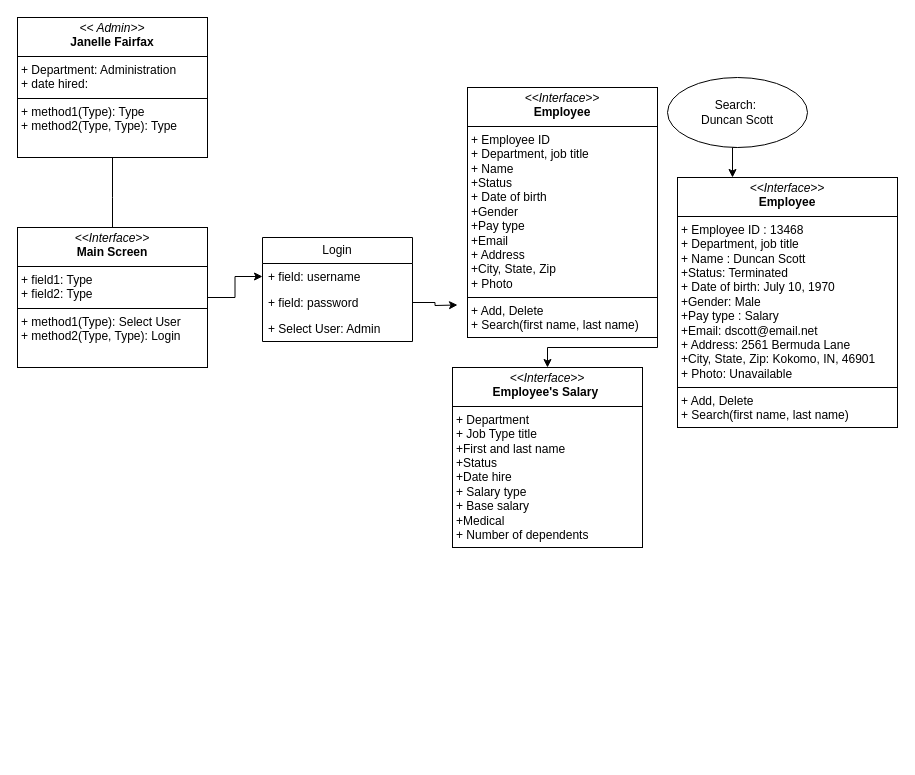
Earlier version of the draw.io diagram janelle.drawio (emtecky/payroll). Source tidied: cells renumbered, new cells numbered last; positions are measured from the earlier drawing's top-left corner, leaving out a move shared by most shapes. Both pictures are drawn from the tidied source at 100%, with x=0, y=0 at pixel (17, 17).
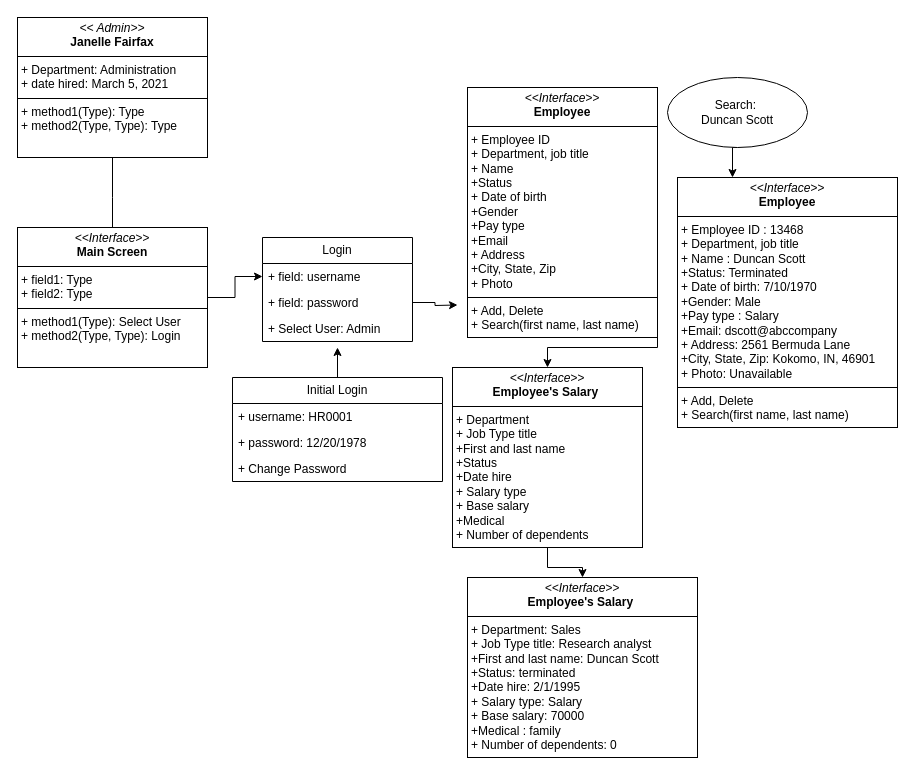
After the change.

The change refers to these unchanged cells:
```xml
<mxCell id="7" value="+ Select User: Admin" style="text;strokeColor=none;fillColor=none;align=left;verticalAlign=top;spacingLeft=4;spacingRight=4;overflow=hidden;points=[[0,0.5],[1,0.5]];portConstraint=eastwest;whiteSpace=wrap;html=1;" parent="4" vertex="1">
  <mxGeometry y="78" width="150" height="26" as="geometry" />
</mxCell>
<mxCell id="11" value="&lt;p style=&quot;margin:0px;margin-top:4px;text-align:center;&quot;&gt;&lt;i&gt;&amp;lt;&amp;lt;Interface&amp;gt;&amp;gt;&lt;/i&gt;&lt;br&gt;&lt;b&gt;Employee's Salary&amp;nbsp;&lt;/b&gt;&lt;/p&gt;&lt;hr size=&quot;1&quot; style=&quot;border-style:solid;&quot;&gt;&lt;p style=&quot;margin:0px;margin-left:4px;&quot;&gt;+ Department&lt;br&gt;+ Job Type title&lt;/p&gt;&lt;p style=&quot;margin:0px;margin-left:4px;&quot;&gt;+First and last name&lt;/p&gt;&lt;p style=&quot;margin:0px;margin-left:4px;&quot;&gt;+Status&lt;/p&gt;&lt;p style=&quot;margin:0px;margin-left:4px;&quot;&gt;+Date hire&lt;/p&gt;&lt;p style=&quot;margin:0px;margin-left:4px;&quot;&gt;+ Salary type&lt;br&gt;+ Base salary&lt;/p&gt;&lt;p style=&quot;margin:0px;margin-left:4px;&quot;&gt;+Medical&amp;nbsp;&lt;/p&gt;&lt;p style=&quot;margin:0px;margin-left:4px;&quot;&gt;+ Number of dependents&lt;/p&gt;" style="verticalAlign=top;align=left;overflow=fill;html=1;whiteSpace=wrap;" parent="1" vertex="1">
  <mxGeometry x="435" y="350" width="190" height="180" as="geometry" />
</mxCell>
```

What changed in the source:
```diff
@@
-    <mxCell id="3" value="&lt;p style=&quot;margin:0px;margin-top:4px;text-align:center;&quot;&gt;&lt;i&gt;&amp;lt;&amp;lt; Admin&amp;gt;&amp;gt;&lt;/i&gt;&lt;br&gt;&lt;b&gt;Janelle Fairfax&lt;/b&gt;&lt;/p&gt;&lt;hr size=&quot;1&quot; style=&quot;border-style:solid;&quot;&gt;&lt;p style=&quot;margin:0px;margin-left:4px;&quot;&gt;+ Department: Administration&lt;br&gt;+ date hired:&amp;nbsp;&lt;/p&gt;&lt;hr size=&quot;1&quot; style=&quot;border-style:solid;&quot;&gt;&lt;p style=&quot;margin:0px;margin-left:4px;&quot;&gt;+ method1(Type): Type&lt;br&gt;+ method2(Type, Type): Type&lt;/p&gt;" style="verticalAlign=top;align=left;overflow=fill;html=1;whiteSpace=wrap;" parent="1" vertex="1">
+    <mxCell id="3" value="&lt;p style=&quot;margin:0px;margin-top:4px;text-align:center;&quot;&gt;&lt;i&gt;&amp;lt;&amp;lt; Admin&amp;gt;&amp;gt;&lt;/i&gt;&lt;br&gt;&lt;b&gt;Janelle Fairfax&lt;/b&gt;&lt;/p&gt;&lt;hr size=&quot;1&quot; style=&quot;border-style:solid;&quot;&gt;&lt;p style=&quot;margin:0px;margin-left:4px;&quot;&gt;+ Department: Administration&lt;br&gt;+ date hired: March 5, 2021&lt;/p&gt;&lt;hr size=&quot;1&quot; style=&quot;border-style:solid;&quot;&gt;&lt;p style=&quot;margin:0px;margin-left:4px;&quot;&gt;+ method1(Type): Type&lt;br&gt;+ method2(Type, Type): Type&lt;/p&gt;" style="verticalAlign=top;align=left;overflow=fill;html=1;whiteSpace=wrap;" parent="1" vertex="1">
       <mxGeometry width="190" height="140" as="geometry" />
     </mxCell>
@@
+    <mxCell id="17" style="edgeStyle=orthogonalEdgeStyle;rounded=0;jettySize=auto;html=1;" parent="1" edge="1" source="11" target="23">
+      <mxGeometry relative="1" as="geometry" />
+    </mxCell>
@@
-    <mxCell id="16" value="&lt;p style=&quot;margin:0px;margin-top:4px;text-align:center;&quot;&gt;&lt;i&gt;&amp;lt;&amp;lt;Interface&amp;gt;&amp;gt;&lt;/i&gt;&lt;br&gt;&lt;b&gt;Employee&lt;/b&gt;&lt;/p&gt;&lt;hr size=&quot;1&quot; style=&quot;border-style:solid;&quot;&gt;&lt;p style=&quot;margin:0px;margin-left:4px;&quot;&gt;+ Employee ID : 13468&lt;br&gt;+ Department, job title&lt;/p&gt;&lt;p style=&quot;margin:0px;margin-left:4px;&quot;&gt;+ Name : Duncan Scott&lt;/p&gt;&lt;p style=&quot;margin:0px;margin-left:4px;&quot;&gt;+Status: Terminated&lt;/p&gt;&lt;p style=&quot;margin:0px;margin-left:4px;&quot;&gt;+ Date of birth: July 10, 1970&lt;/p&gt;&lt;p style=&quot;margin:0px;margin-left:4px;&quot;&gt;+Gender: Male&lt;/p&gt;&lt;p style=&quot;margin:0px;margin-left:4px;&quot;&gt;+Pay type : Salary&lt;/p&gt;&lt;p style=&quot;margin:0px;margin-left:4px;&quot;&gt;+Email: dscott@email.net&lt;/p&gt;&lt;p style=&quot;margin:0px;margin-left:4px;&quot;&gt;+ Address: 2561 Bermuda Lane&lt;/p&gt;&lt;p style=&quot;margin:0px;margin-left:4px;&quot;&gt;+City, State, Zip: Kokomo, IN, 46901&amp;nbsp;&lt;/p&gt;&lt;p style=&quot;margin:0px;margin-left:4px;&quot;&gt;+ Photo: Unavailable&lt;/p&gt;&lt;hr size=&quot;1&quot; style=&quot;border-style:solid;&quot;&gt;&lt;p style=&quot;margin:0px;margin-left:4px;&quot;&gt;+ Add, Delete&lt;br&gt;+ Search(first name, last name)&lt;/p&gt;&lt;p style=&quot;margin:0px;margin-left:4px;&quot;&gt;&lt;br&gt;&lt;/p&gt;&lt;p style=&quot;margin:0px;margin-left:4px;&quot;&gt;&lt;br&gt;&lt;/p&gt;" style="verticalAlign=top;align=left;overflow=fill;html=1;whiteSpace=wrap;" parent="1" vertex="1">
+    <mxCell id="16" value="&lt;p style=&quot;margin:0px;margin-top:4px;text-align:center;&quot;&gt;&lt;i&gt;&amp;lt;&amp;lt;Interface&amp;gt;&amp;gt;&lt;/i&gt;&lt;br&gt;&lt;b&gt;Employee&lt;/b&gt;&lt;/p&gt;&lt;hr size=&quot;1&quot; style=&quot;border-style:solid;&quot;&gt;&lt;p style=&quot;margin:0px;margin-left:4px;&quot;&gt;+ Employee ID : 13468&lt;br&gt;+ Department, job title&lt;/p&gt;&lt;p style=&quot;margin:0px;margin-left:4px;&quot;&gt;+ Name : Duncan Scott&lt;/p&gt;&lt;p style=&quot;margin:0px;margin-left:4px;&quot;&gt;+Status: Terminated&lt;/p&gt;&lt;p style=&quot;margin:0px;margin-left:4px;&quot;&gt;+ Date of birth: 7/10/1970&lt;/p&gt;&lt;p style=&quot;margin:0px;margin-left:4px;&quot;&gt;+Gender: Male&lt;/p&gt;&lt;p style=&quot;margin:0px;margin-left:4px;&quot;&gt;+Pay type : Salary&lt;/p&gt;&lt;p style=&quot;margin:0px;margin-left:4px;&quot;&gt;+Email: dscott@abccompany&lt;/p&gt;&lt;p style=&quot;margin:0px;margin-left:4px;&quot;&gt;+ Address: 2561 Bermuda Lane&lt;/p&gt;&lt;p style=&quot;margin:0px;margin-left:4px;&quot;&gt;+City, State, Zip: Kokomo, IN, 46901&amp;nbsp;&lt;/p&gt;&lt;p style=&quot;margin:0px;margin-left:4px;&quot;&gt;+ Photo: Unavailable&lt;/p&gt;&lt;hr size=&quot;1&quot; style=&quot;border-style:solid;&quot;&gt;&lt;p style=&quot;margin:0px;margin-left:4px;&quot;&gt;+ Add, Delete&lt;br&gt;+ Search(first name, last name)&lt;/p&gt;&lt;p style=&quot;margin:0px;margin-left:4px;&quot;&gt;&lt;br&gt;&lt;/p&gt;&lt;p style=&quot;margin:0px;margin-left:4px;&quot;&gt;&lt;br&gt;&lt;/p&gt;" style="verticalAlign=top;align=left;overflow=fill;html=1;whiteSpace=wrap;" parent="1" vertex="1">
       <mxGeometry x="660" y="160" width="220" height="250" as="geometry" />
     </mxCell>
+    <mxCell id="18" value="Initial Login" style="swimlane;fontStyle=0;horizontal=1;startSize=26;fillColor=none;whiteSpace=wrap;html=1;" parent="1" vertex="1">
+      <mxGeometry x="215" y="360" width="210" height="104" as="geometry" />
+    </mxCell>
+    <mxCell id="19" value="+ username: HR0001" style="text;strokeColor=none;fillColor=none;align=left;verticalAlign=top;spacingLeft=4;spacingRight=4;overflow=hidden;whiteSpace=wrap;html=1;" parent="18" vertex="1">
+      <mxGeometry y="26" width="210" height="26" as="geometry" />
+    </mxCell>
+    <mxCell id="20" value="+ password: 12/20/1978" style="text;strokeColor=none;fillColor=none;align=left;verticalAlign=top;spacingLeft=4;spacingRight=4;overflow=hidden;whiteSpace=wrap;html=1;" parent="18" vertex="1">
+      <mxGeometry y="52" width="210" height="26" as="geometry" />
+    </mxCell>
+    <mxCell id="21" value="+ Change Password" style="text;strokeColor=none;fillColor=none;align=left;verticalAlign=top;spacingLeft=4;spacingRight=4;overflow=hidden;whiteSpace=wrap;html=1;" parent="18" vertex="1">
+      <mxGeometry y="78" width="210" height="26" as="geometry" />
+    </mxCell>
+    <mxCell id="22" style="edgeStyle=orthogonalEdgeStyle;rounded=0;jettySize=auto;html=1;exitX=0.5;exitY=0;exitDx=0;exitDy=0;entryX=0.5;entryY=1.231;entryDx=0;entryDy=0;entryPerimeter=0;" parent="1" edge="1" source="18" target="7">
+      <mxGeometry relative="1" as="geometry" />
+    </mxCell>
+    <mxCell id="23" value="&lt;p style=&quot;margin:0px;margin-top:4px;text-align:center;&quot;&gt;&lt;i&gt;&amp;lt;&amp;lt;Interface&amp;gt;&amp;gt;&lt;/i&gt;&lt;br&gt;&lt;b&gt;Employee's Salary&amp;nbsp;&lt;/b&gt;&lt;/p&gt;&lt;hr size=&quot;1&quot; style=&quot;border-style:solid;&quot;&gt;&lt;p style=&quot;margin:0px;margin-left:4px;&quot;&gt;+ Department: Sales&lt;br&gt;+ Job Type title: Research analyst&lt;/p&gt;&lt;p style=&quot;margin:0px;margin-left:4px;&quot;&gt;+First and last name: Duncan Scott&lt;/p&gt;&lt;p style=&quot;margin:0px;margin-left:4px;&quot;&gt;+Status: terminated&lt;/p&gt;&lt;p style=&quot;margin:0px;margin-left:4px;&quot;&gt;+Date hire: 2/1/1995&lt;/p&gt;&lt;p style=&quot;margin:0px;margin-left:4px;&quot;&gt;+ Salary type: Salary&lt;br&gt;+ Base salary: 70000&lt;/p&gt;&lt;p style=&quot;margin:0px;margin-left:4px;&quot;&gt;+Medical : family&lt;/p&gt;&lt;p style=&quot;margin:0px;margin-left:4px;&quot;&gt;+ Number of dependents: 0&lt;/p&gt;" style="verticalAlign=top;align=left;overflow=fill;html=1;whiteSpace=wrap;" parent="1" vertex="1">
+      <mxGeometry x="450" y="560" width="230" height="180" as="geometry" />
+    </mxCell>
```
